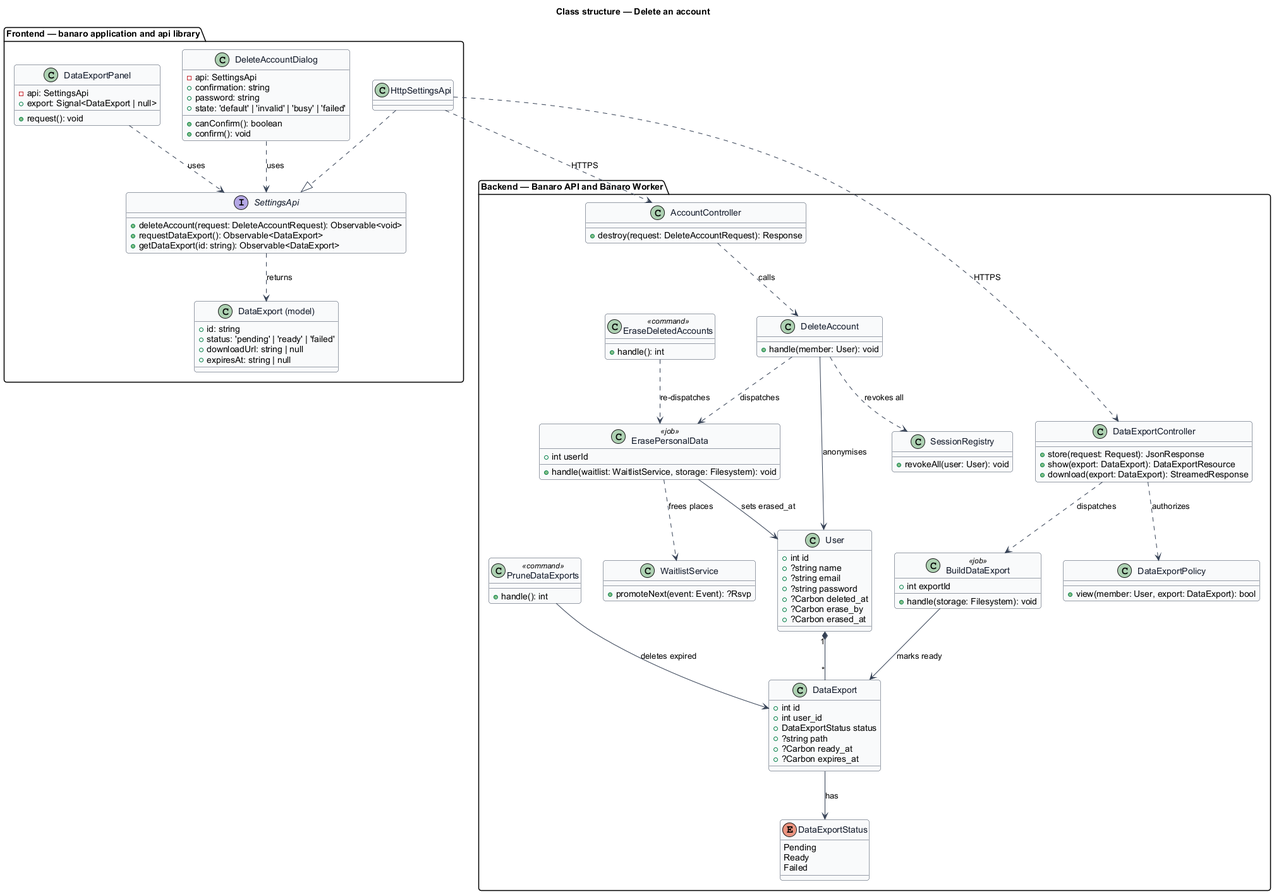
This is docs/detailed-designs/settings/delete-account/diagrams/class-structure.png from QuinntyneBrown/banaro, a PlantUML export, as it was before one commit. The source it was exported from:
```plantuml
@startuml
skinparam backgroundColor #FFFFFF
skinparam shadowing false
skinparam roundcorner 8
skinparam defaultFontName Arial
skinparam ArrowColor #344054
skinparam class {
  BorderColor #344054
  FontColor #101828
  BackgroundColor #F9FAFB
}
title Class structure — Delete an account

package "Frontend — banaro application and api library" {
  class DeleteAccountDialog {
    -api: SettingsApi
    +confirmation: string
    +password: string
    +state: 'default' | 'invalid' | 'busy' | 'failed'
    +canConfirm(): boolean
    +confirm(): void
  }
  class DataExportPanel {
    -api: SettingsApi
    +export: Signal<DataExport | null>
    +request(): void
  }
  interface SettingsApi {
    +deleteAccount(request: DeleteAccountRequest): Observable<void>
    +requestDataExport(): Observable<DataExport>
    +getDataExport(id: string): Observable<DataExport>
  }
  class HttpSettingsApi
  class "DataExport (model)" as DataExportModel {
    +id: string
    +status: 'pending' | 'ready' | 'failed'
    +downloadUrl: string | null
    +expiresAt: string | null
  }
}

package "Backend — Banaro API and Banaro Worker" {
  class AccountController {
    +destroy(request: DeleteAccountRequest): Response
  }
  class DataExportController {
    +store(request: Request): JsonResponse
    +show(export: DataExport): DataExportResource
    +download(export: DataExport): StreamedResponse
  }
  class DeleteAccount {
    +handle(member: User): void
  }
  class ErasePersonalData <<job>> {
    +int userId
    +handle(waitlist: WaitlistService, storage: Filesystem): void
  }
  class BuildDataExport <<job>> {
    +int exportId
    +handle(storage: Filesystem): void
  }
  class EraseDeletedAccounts <<command>> {
    +handle(): int
  }
  class PruneDataExports <<command>> {
    +handle(): int
  }
  class SessionRegistry {
    +revokeAll(user: User): void
  }
  class WaitlistService {
    +promoteNext(event: Event): ?Rsvp
  }
  class User {
    +int id
    +?string name
    +?string email
    +?string password
    +?Carbon deleted_at
    +?Carbon erase_by
    +?Carbon erased_at
  }
  class DataExport {
    +int id
    +int user_id
    +DataExportStatus status
    +?string path
    +?Carbon ready_at
    +?Carbon expires_at
  }
  enum DataExportStatus {
    Pending
    Ready
    Failed
  }
  class DataExportPolicy {
    +view(member: User, export: DataExport): bool
  }
}

DeleteAccountDialog ..> SettingsApi : uses
DataExportPanel ..> SettingsApi : uses
HttpSettingsApi ..|> SettingsApi
SettingsApi ..> DataExportModel : returns
HttpSettingsApi ..> AccountController : HTTPS
HttpSettingsApi ..> DataExportController : HTTPS

AccountController ..> DeleteAccount : calls
DeleteAccount --> User : anonymises
DeleteAccount ..> SessionRegistry : revokes all
DeleteAccount ..> ErasePersonalData : dispatches
EraseDeletedAccounts ..> ErasePersonalData : re-dispatches
ErasePersonalData ..> WaitlistService : frees places
ErasePersonalData --> User : sets erased_at
DataExportController ..> BuildDataExport : dispatches
DataExportController ..> DataExportPolicy : authorizes
BuildDataExport --> DataExport : marks ready
PruneDataExports --> DataExport : deletes expired
User "1" *-- "*" DataExport
DataExport --> DataExportStatus : has
@enduml
```
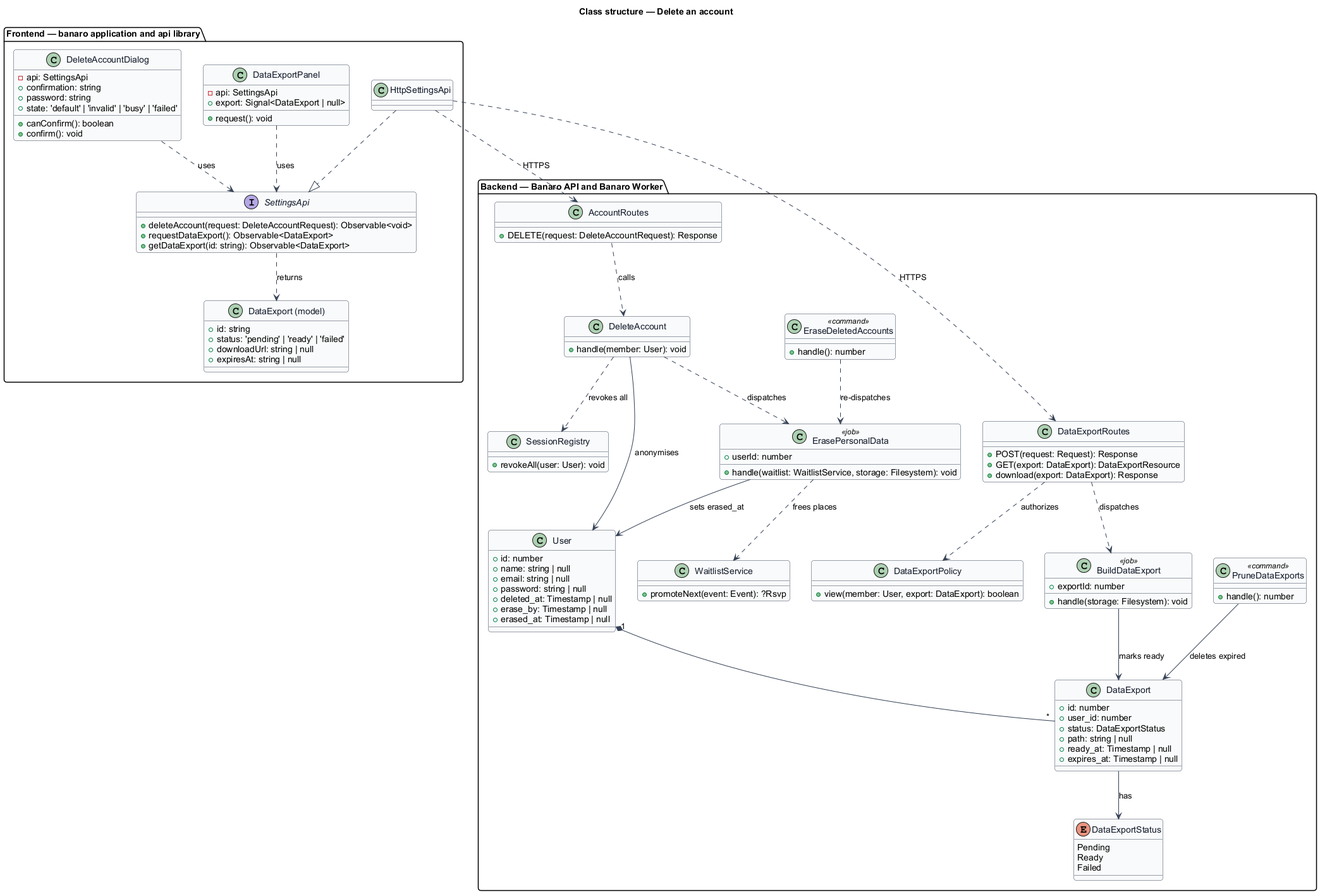
After the change.

What changed in the source:
```diff
@@ -40,30 +40,30 @@
 }
 
 package "Backend — Banaro API and Banaro Worker" {
-  class AccountController {
-    +destroy(request: DeleteAccountRequest): Response
+  class AccountRoutes {
+    +DELETE(request: DeleteAccountRequest): Response
   }
-  class DataExportController {
-    +store(request: Request): JsonResponse
-    +show(export: DataExport): DataExportResource
-    +download(export: DataExport): StreamedResponse
+  class DataExportRoutes {
+    +POST(request: Request): Response
+    +GET(export: DataExport): DataExportResource
+    +download(export: DataExport): Response
   }
   class DeleteAccount {
     +handle(member: User): void
   }
   class ErasePersonalData <<job>> {
-    +int userId
+    +userId: number
     +handle(waitlist: WaitlistService, storage: Filesystem): void
   }
   class BuildDataExport <<job>> {
-    +int exportId
+    +exportId: number
     +handle(storage: Filesystem): void
   }
   class EraseDeletedAccounts <<command>> {
-    +handle(): int
+    +handle(): number
   }
   class PruneDataExports <<command>> {
-    +handle(): int
+    +handle(): number
   }
   class SessionRegistry {
     +revokeAll(user: User): void
@@ -72,21 +72,21 @@
     +promoteNext(event: Event): ?Rsvp
   }
   class User {
-    +int id
-    +?string name
-    +?string email
-    +?string password
-    +?Carbon deleted_at
-    +?Carbon erase_by
-    +?Carbon erased_at
+    +id: number
+    +name: string | null
+    +email: string | null
+    +password: string | null
+    +deleted_at: Timestamp | null
+    +erase_by: Timestamp | null
+    +erased_at: Timestamp | null
   }
   class DataExport {
-    +int id
-    +int user_id
-    +DataExportStatus status
-    +?string path
-    +?Carbon ready_at
-    +?Carbon expires_at
+    +id: number
+    +user_id: number
+    +status: DataExportStatus
+    +path: string | null
+    +ready_at: Timestamp | null
+    +expires_at: Timestamp | null
   }
   enum DataExportStatus {
     Pending
@@ -94,7 +94,7 @@
     Failed
   }
   class DataExportPolicy {
-    +view(member: User, export: DataExport): bool
+    +view(member: User, export: DataExport): boolean
   }
 }
 
@@ -102,18 +102,18 @@
 DataExportPanel ..> SettingsApi : uses
 HttpSettingsApi ..|> SettingsApi
 SettingsApi ..> DataExportModel : returns
-HttpSettingsApi ..> AccountController : HTTPS
-HttpSettingsApi ..> DataExportController : HTTPS
+HttpSettingsApi ..> AccountRoutes : HTTPS
+HttpSettingsApi ..> DataExportRoutes : HTTPS
 
-AccountController ..> DeleteAccount : calls
+AccountRoutes ..> DeleteAccount : calls
 DeleteAccount --> User : anonymises
 DeleteAccount ..> SessionRegistry : revokes all
 DeleteAccount ..> ErasePersonalData : dispatches
 EraseDeletedAccounts ..> ErasePersonalData : re-dispatches
 ErasePersonalData ..> WaitlistService : frees places
 ErasePersonalData --> User : sets erased_at
-DataExportController ..> BuildDataExport : dispatches
-DataExportController ..> DataExportPolicy : authorizes
+DataExportRoutes ..> BuildDataExport : dispatches
+DataExportRoutes ..> DataExportPolicy : authorizes
 BuildDataExport --> DataExport : marks ready
 PruneDataExports --> DataExport : deletes expired
 User "1" *-- "*" DataExport
```
